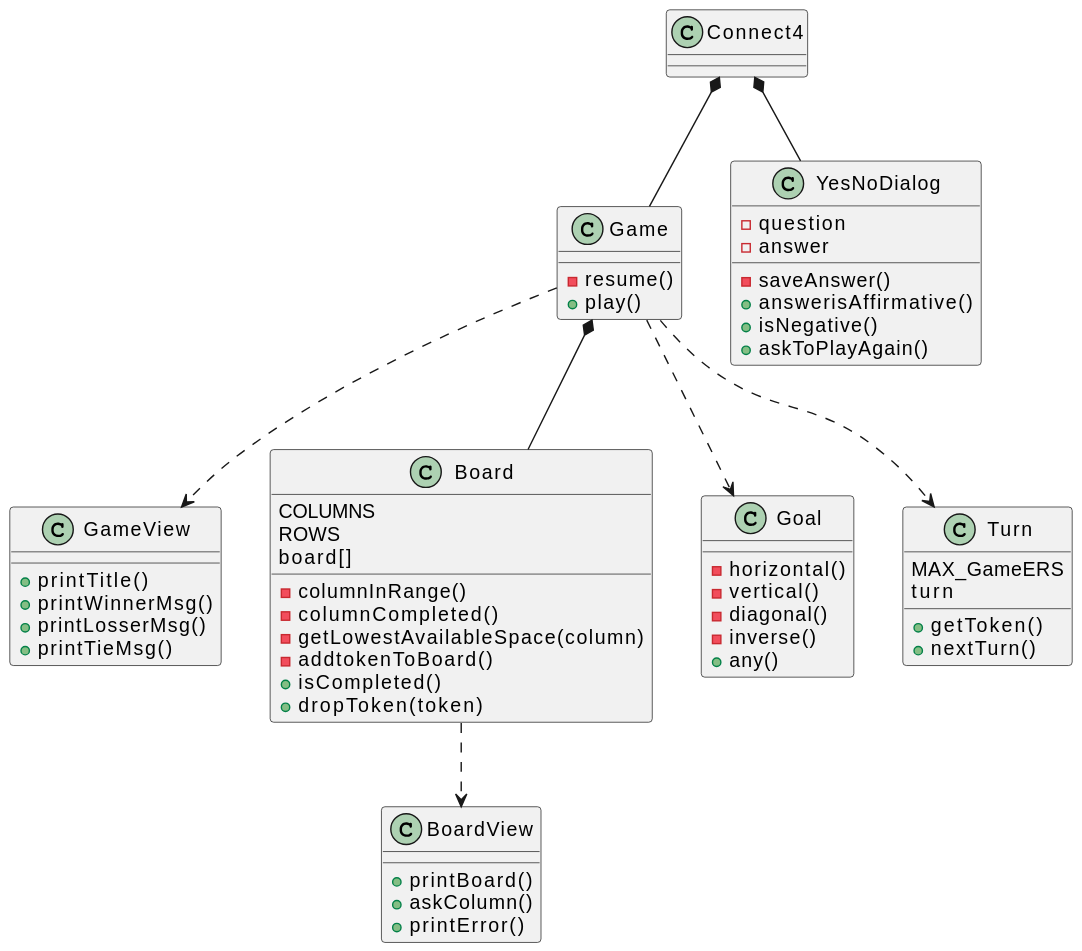
This is v0 views seperated/docs/3. Class Diagram/classDiagram.svg from js-rom/GameConecta4, a PlantUML export, as it was before one commit.
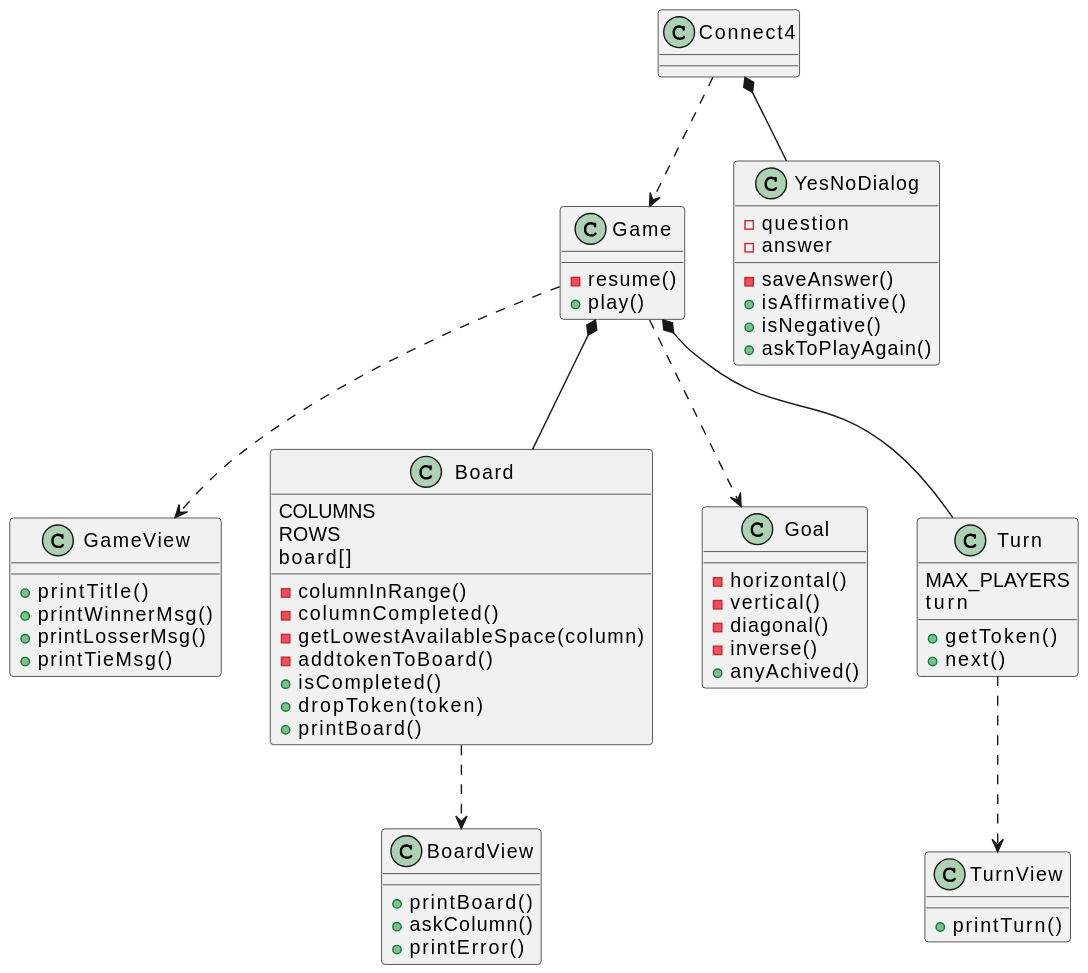
After the commit.

Commit message:
changes to class diagram

Diff of the diagram source:
```diff
@@ -7,31 +7,33 @@
 class BoardView
 class Goal
 class Turn
+class TurnView
 
-Connect4 *-- Game
+Connect4 ..> Game
 Connect4 *-- YesNoDialog
 Game ..> GameView
 Game ..> Goal
 Board ..> BoardView
 Game *-- Board
-Game ..> Turn
+Game *-- Turn
+Turn ..> TurnView
 
 YesNoDialog : -question
 YesNoDialog : -answer
 YesNoDialog : -saveAnswer()
-YesNoDialog : +answerisAffirmative()
+YesNoDialog : +isAffirmative()
 YesNoDialog : +isNegative()
 YesNoDialog : +askToPlayAgain()
 
 Game : -resume()
 Game : +play()
 
-
-
-Turn : MAX_GameERS
+Turn : MAX_PLAYERS
 Turn : turn
 Turn : +getToken()
-Turn : +nextTurn()
+Turn : +next()
+
+TurnView : +printTurn()
 
 GameView : +printTitle()
 GameView : +printWinnerMsg()
@@ -42,7 +44,7 @@
 Goal : -vertical()
 Goal : -diagonal()
 Goal : -inverse()
-Goal : +any()
+Goal : +anyAchived()
 
 Board : COLUMNS
 Board : ROWS
@@ -53,6 +55,7 @@
 Board : -addtokenToBoard()
 Board : +isCompleted()
 Board : +dropToken(token)
+Board : +printBoard()
 
 
 BoardView : +printBoard()
```
